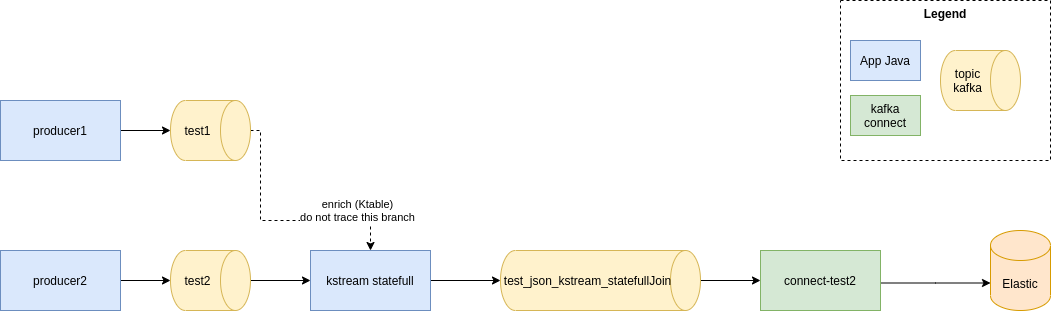
Above: doc/kafka-apm-example-kstream-statefull.png in GuillaumeWaignier/kafka-apm-example (draw.io), before the change. Source tidied: cells renumbered, new cells last; positions are measured from the earlier drawing's top-left corner, leaving out a move shared by most shapes. Its diagram source:
```xml
<mxGraphModel>
  <root>
    <mxCell id="0" />
    <mxCell id="1" parent="0" />
    <mxCell id="2" value="Legend" style="rounded=0;whiteSpace=wrap;html=1;dashed=1;horizontal=1;verticalAlign=top;fontStyle=1;" parent="1" vertex="1">
      <mxGeometry x="840" width="210" height="160" as="geometry" />
    </mxCell>
    <mxCell id="3" style="edgeStyle=orthogonalEdgeStyle;rounded=0;jettySize=auto;html=1;" parent="1" edge="1" source="4" target="6">
      <mxGeometry relative="1" as="geometry" />
    </mxCell>
    <mxCell id="4" value="producer1" style="rounded=0;whiteSpace=wrap;html=1;fillColor=#dae8fc;strokeColor=#6c8ebf;" parent="1" vertex="1">
      <mxGeometry y="100" width="120" height="60" as="geometry" />
    </mxCell>
    <mxCell id="5" value="enrich (Ktable)&lt;br&gt;do not trace this branch" style="edgeStyle=orthogonalEdgeStyle;rounded=0;jettySize=auto;html=1;dashed=1;" parent="1" edge="1" source="6" target="16">
      <mxGeometry x="0.64" y="10" relative="1" as="geometry">
        <Array as="points">
          <mxPoint x="260" y="130" />
          <mxPoint x="260" y="220" />
          <mxPoint x="370" y="220" />
        </Array>
      </mxGeometry>
    </mxCell>
    <mxCell id="6" value="test1" style="shape=cylinder3;whiteSpace=wrap;html=1;boundedLbl=1;backgroundOutline=1;size=15;direction=south;fillColor=#fff2cc;strokeColor=#d6b656;" parent="1" vertex="1">
      <mxGeometry x="170" y="100" width="80" height="60" as="geometry" />
    </mxCell>
    <mxCell id="7" value="Elastic" style="shape=cylinder3;whiteSpace=wrap;html=1;boundedLbl=1;backgroundOutline=1;size=15;fillColor=#ffe6cc;strokeColor=#d79b00;" parent="1" vertex="1">
      <mxGeometry x="990" y="230" width="60" height="80" as="geometry" />
    </mxCell>
    <mxCell id="8" value="App Java" style="rounded=0;whiteSpace=wrap;html=1;fillColor=#dae8fc;strokeColor=#6c8ebf;" parent="1" vertex="1">
      <mxGeometry x="850" y="40" width="70" height="40" as="geometry" />
    </mxCell>
    <mxCell id="9" value="kafka connect" style="rounded=0;whiteSpace=wrap;html=1;fillColor=#d5e8d4;strokeColor=#82b366;" parent="1" vertex="1">
      <mxGeometry x="850" y="95" width="70" height="40" as="geometry" />
    </mxCell>
    <mxCell id="10" value="topic kafka" style="shape=cylinder3;whiteSpace=wrap;html=1;boundedLbl=1;backgroundOutline=1;size=15;direction=south;fillColor=#fff2cc;strokeColor=#d6b656;" parent="1" vertex="1">
      <mxGeometry x="940" y="50" width="80" height="60" as="geometry" />
    </mxCell>
    <mxCell id="11" style="edgeStyle=orthogonalEdgeStyle;rounded=0;jettySize=auto;html=1;" parent="1" edge="1" source="12" target="14">
      <mxGeometry relative="1" as="geometry" />
    </mxCell>
    <mxCell id="12" value="producer2" style="rounded=0;whiteSpace=wrap;html=1;fillColor=#dae8fc;strokeColor=#6c8ebf;" parent="1" vertex="1">
      <mxGeometry y="250" width="120" height="60" as="geometry" />
    </mxCell>
    <mxCell id="13" style="edgeStyle=orthogonalEdgeStyle;rounded=0;jettySize=auto;html=1;" parent="1" edge="1" source="14" target="16">
      <mxGeometry relative="1" as="geometry" />
    </mxCell>
    <mxCell id="14" value="test2" style="shape=cylinder3;whiteSpace=wrap;html=1;boundedLbl=1;backgroundOutline=1;size=15;direction=south;fillColor=#fff2cc;strokeColor=#d6b656;" parent="1" vertex="1">
      <mxGeometry x="170" y="250" width="80" height="60" as="geometry" />
    </mxCell>
    <mxCell id="15" style="edgeStyle=orthogonalEdgeStyle;rounded=0;jettySize=auto;html=1;" parent="1" edge="1" source="16" target="18">
      <mxGeometry relative="1" as="geometry" />
    </mxCell>
    <mxCell id="16" value="kstream statefull" style="rounded=0;whiteSpace=wrap;html=1;fillColor=#dae8fc;strokeColor=#6c8ebf;" parent="1" vertex="1">
      <mxGeometry x="310" y="250" width="120" height="60" as="geometry" />
    </mxCell>
    <mxCell id="17" style="edgeStyle=orthogonalEdgeStyle;rounded=0;jettySize=auto;html=1;" parent="1" edge="1" source="18" target="20">
      <mxGeometry relative="1" as="geometry" />
    </mxCell>
    <mxCell id="18" value="test_json_kstream_statefullJoin" style="shape=cylinder3;whiteSpace=wrap;html=1;boundedLbl=1;backgroundOutline=1;size=15;direction=south;fillColor=#fff2cc;strokeColor=#d6b656;" parent="1" vertex="1">
      <mxGeometry x="500" y="250" width="200" height="60" as="geometry" />
    </mxCell>
    <mxCell id="19" style="edgeStyle=orthogonalEdgeStyle;rounded=0;jettySize=auto;html=1;entryX=0;entryY=0;entryDx=0;entryDy=52.5;entryPerimeter=0;" parent="1" edge="1" source="20" target="7">
      <mxGeometry relative="1" as="geometry">
        <Array as="points">
          <mxPoint x="935" y="283" />
        </Array>
      </mxGeometry>
    </mxCell>
    <mxCell id="20" value="connect-test2" style="rounded=0;whiteSpace=wrap;html=1;fillColor=#d5e8d4;strokeColor=#82b366;" parent="1" vertex="1">
      <mxGeometry x="760" y="250" width="120" height="60" as="geometry" />
    </mxCell>
  </root>
</mxGraphModel>
```
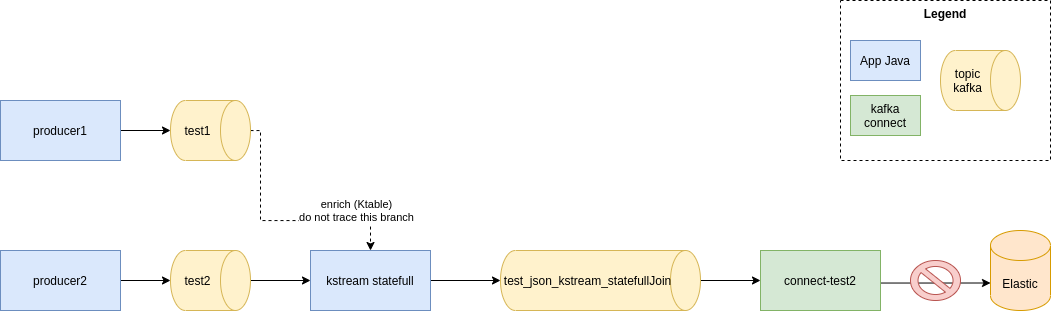
Above is the later version.

What changed in the source:
```diff
@@ -69,5 +69,8 @@
     <mxCell id="20" value="connect-test2" style="rounded=0;whiteSpace=wrap;html=1;fillColor=#d5e8d4;strokeColor=#82b366;" parent="1" vertex="1">
       <mxGeometry x="760" y="250" width="120" height="60" as="geometry" />
     </mxCell>
+    <mxCell id="21" style="verticalLabelPosition=bottom;verticalAlign=top;html=1;shape=mxgraph.basic.no_symbol;fillColor=#f8cecc;strokeColor=#b85450;" parent="1" vertex="1">
+      <mxGeometry x="910" y="260" width="50" height="40" as="geometry" />
+    </mxCell>
   </root>
 </mxGraphModel>
```
